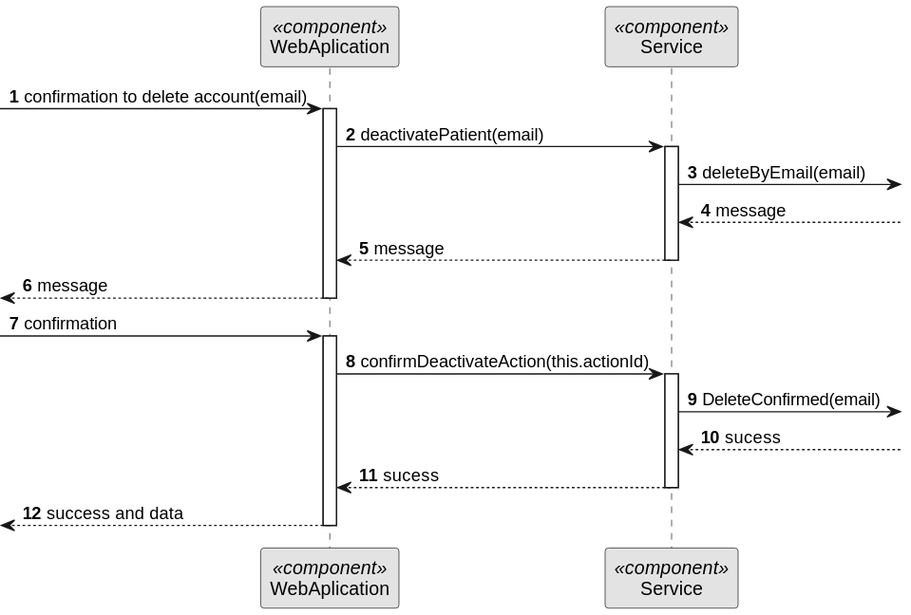
Ana-Miguel-Silva/SurgicalAppointmentAndResourceManagement keeps this PlantUML diagram as docs/BackofficeModule/6.2.3/sequence-diagram-3.svg. Above is the earlier version. The source it was exported from:
```plantuml
@startuml
skinparam monochrome true
skinparam packageStyle rectangle
skinparam shadowing false

autonumber

participant "WebAplication" as FE <<component>>
participant "Service" as SERV <<component>>

-> FE : confirmation to delete account(email)
activate FE


FE -> SERV: deactivatePatient(email)
activate SERV

 SERV -> : deleteByEmail(email)

 SERV <-- : message


SERV --> FE : message
deactivate

<-- FE : message
deactivate FE

-> FE : confirmation
deactivate SERV
activate FE



FE -> SERV : confirmDeactivateAction(this.actionId)
activate SERV
 SERV -> : DeleteConfirmed(email)

 SERV <-- : sucess


 SERV --> FE : sucess

deactivate SERV
<-- FE  : success and data

deactivate FE
@enduml
```
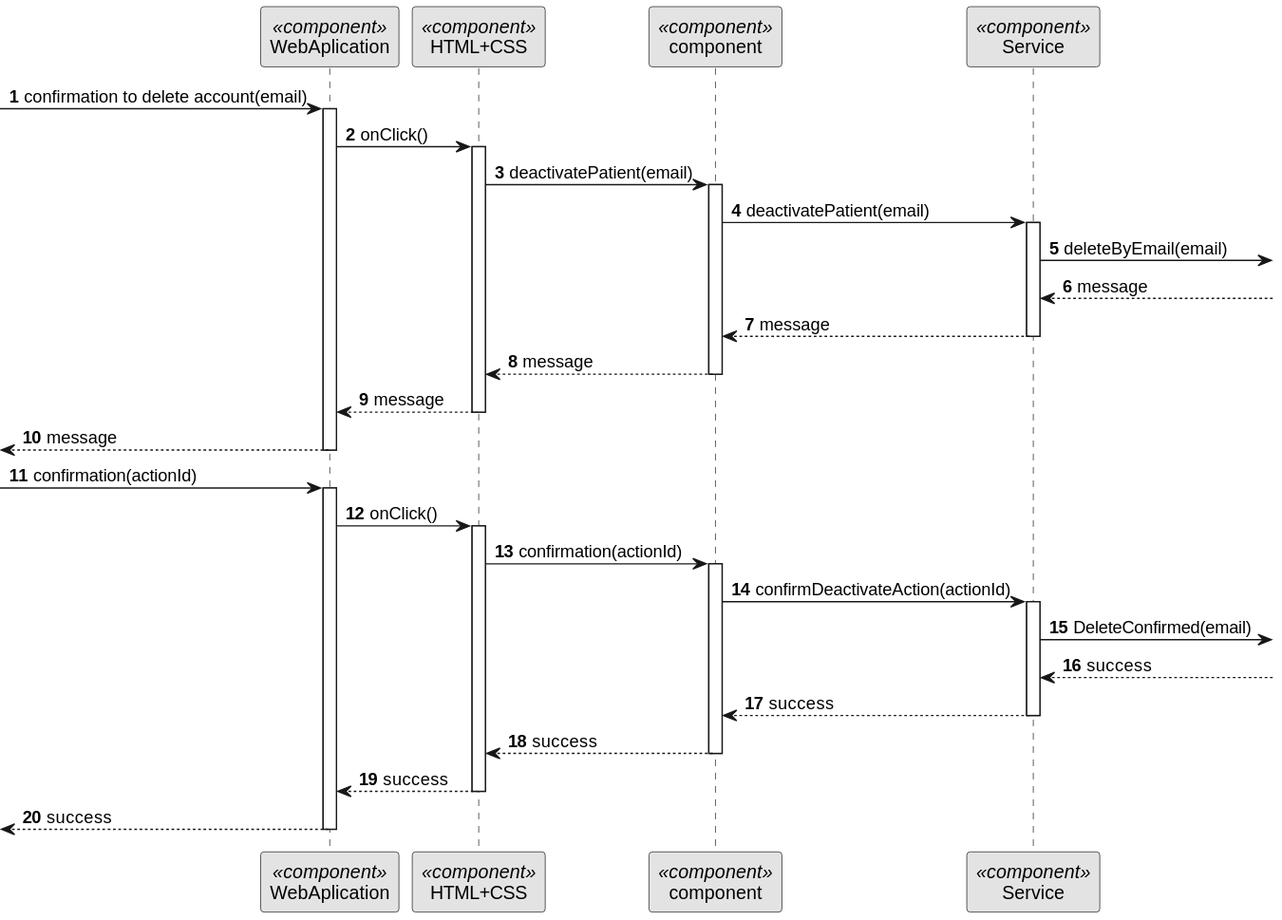
Above is the later version.

Diff of the diagram source:
```diff
@@ -6,13 +6,19 @@
 autonumber
 
 participant "WebAplication" as FE <<component>>
+participant "HTML+CSS" as HT <<component>>
+participant "component" as CM <<component>>
 participant "Service" as SERV <<component>>
 
 -> FE : confirmation to delete account(email)
 activate FE
 
+FE -> HT : onClick()
+activate HT
+HT -> CM : deactivatePatient(email)
+activate CM
 
-FE -> SERV: deactivatePatient(email)
+CM -> SERV: deactivatePatient(email)
 activate SERV
 
  SERV -> : deleteByEmail(email)
@@ -20,29 +26,52 @@
  SERV <-- : message
 
 
-SERV --> FE : message
-deactivate
+
+SERV --> CM : message
+ deactivate SERV
+
+ CM --> HT : message
+ deactivate CM
+
+  HT --> FE : message
+  deactivate HT
+
 
 <-- FE : message
 deactivate FE
 
--> FE : confirmation
+-> FE : confirmation(actionId)
 deactivate SERV
 activate FE
 
+FE -> HT : onClick()
+activate HT
+
+HT -> CM : confirmation(actionId)
+activate CM
 
 
-FE -> SERV : confirmDeactivateAction(this.actionId)
+CM -> SERV : confirmDeactivateAction(actionId)
+
+
 activate SERV
  SERV -> : DeleteConfirmed(email)
 
- SERV <-- : sucess
+ SERV <-- : success
 
 
- SERV --> FE : sucess
+ SERV --> CM : success
 
 deactivate SERV
-<-- FE  : success and data
+
+CM --> HT : success
+deactivate CM
+
+HT --> FE : success
+deactivate HT
+
+
+<-- FE  : success
 
 deactivate FE
 @enduml
```
